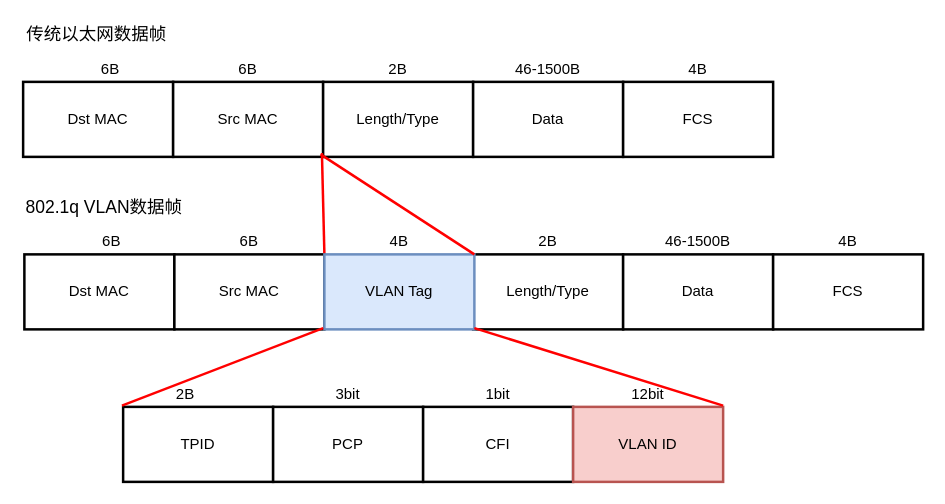
Above: vlanheader.drawio in ctimbai/draw.io (draw.io), before the change. Source tidied: cells renumbered, new cells numbered last; positions are measured from the earlier drawing's top-left corner, leaving out a move shared by most shapes. Both pictures are drawn from the tidied source at 125%, with x=0, y=0 at pixel (21, 21).
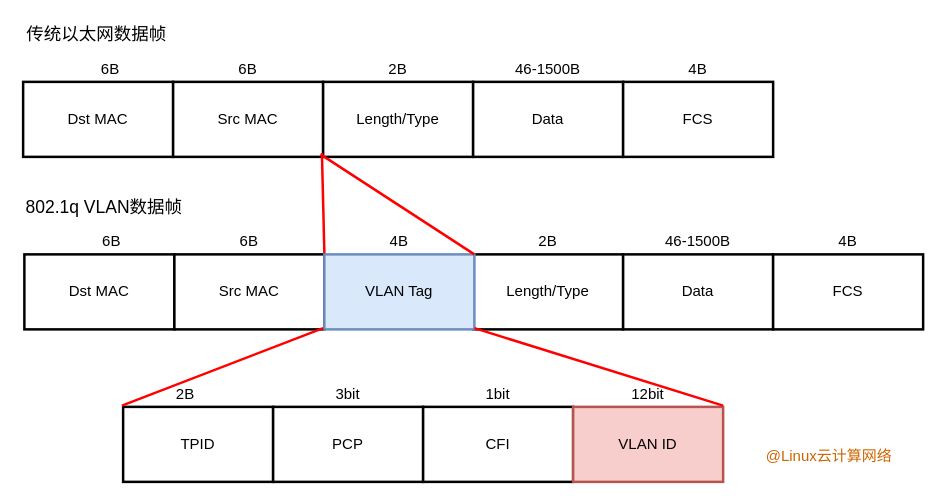
The same diagram, later.

Change to the diagram source:
```diff
@@
+    <mxCell id="38" value="&lt;font color=&quot;#cc6600&quot;&gt;@Linux云计算网络&lt;/font&gt;" style="text;html=1;strokeColor=none;fillColor=none;align=center;verticalAlign=middle;whiteSpace=wrap;rounded=0;" parent="1" vertex="1">
+      <mxGeometry x="591" y="338" width="110" height="20" as="geometry" />
+    </mxCell>
```
